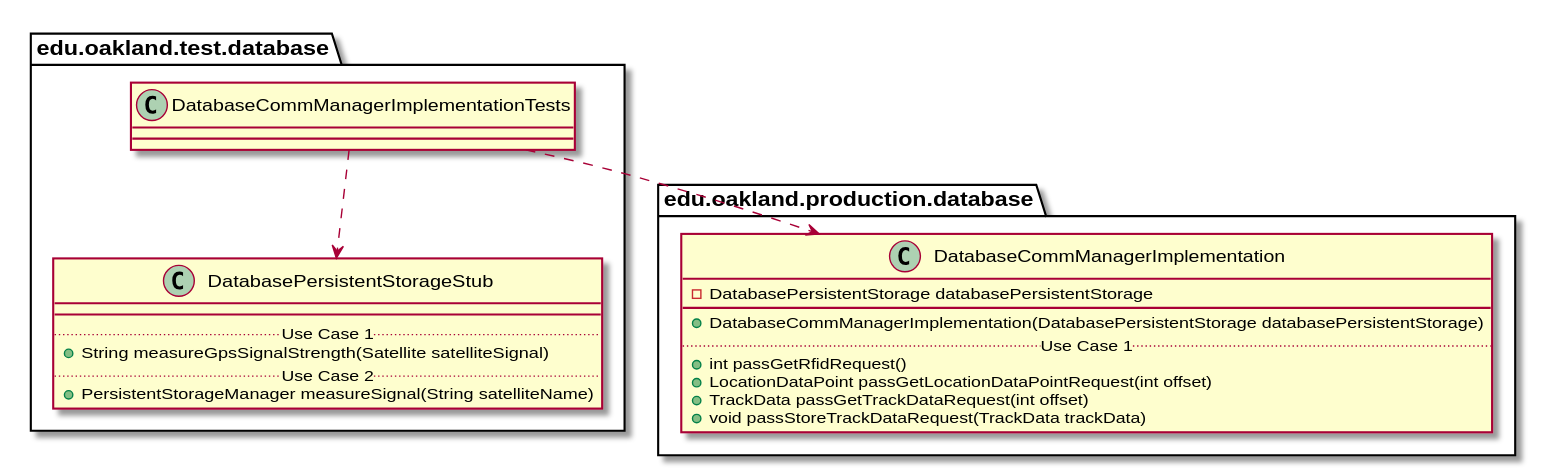
Earlier version of the PlantUML export docs/uml-class-diagrams/database/test/DatabaseCommManagerImplementationTests/DatabaseCommManagerImplementationTests_DirectDependencies.svg (andrewdimmer/csi-3370-software-project).
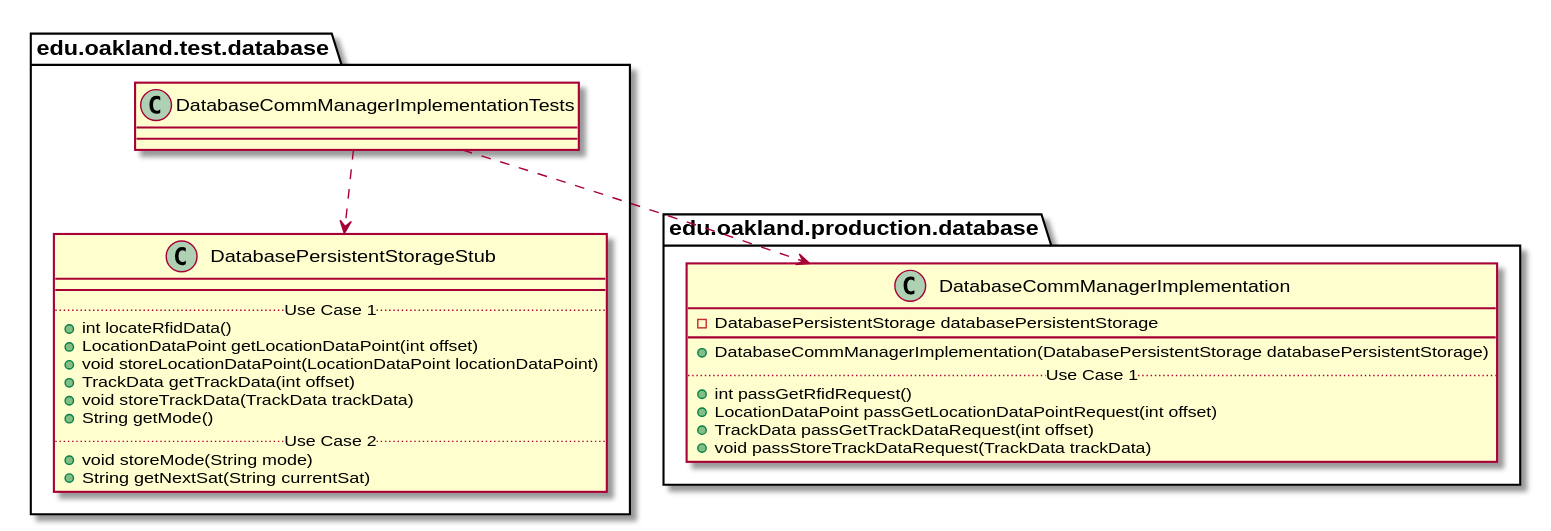
The same diagram one commit later.

Diff of the diagram source:
```diff
@@ -13,9 +13,15 @@
     class DatabasePersistentStorageStub {
         __
         .. Use Case 1 ..
-        + String measureGpsSignalStrength(Satellite satelliteSignal)
+        + int locateRfidData()
+        + LocationDataPoint getLocationDataPoint(int offset)
+        + void storeLocationDataPoint(LocationDataPoint locationDataPoint)
+        + TrackData getTrackData(int offset)
+        + void storeTrackData(TrackData trackData)
+        + String getMode()
         .. Use Case 2 ..
-        + PersistentStorageManager measureSignal(String satelliteName)
+        + void storeMode(String mode)
+        + String getNextSat(String currentSat)
     }
 }
 
```
